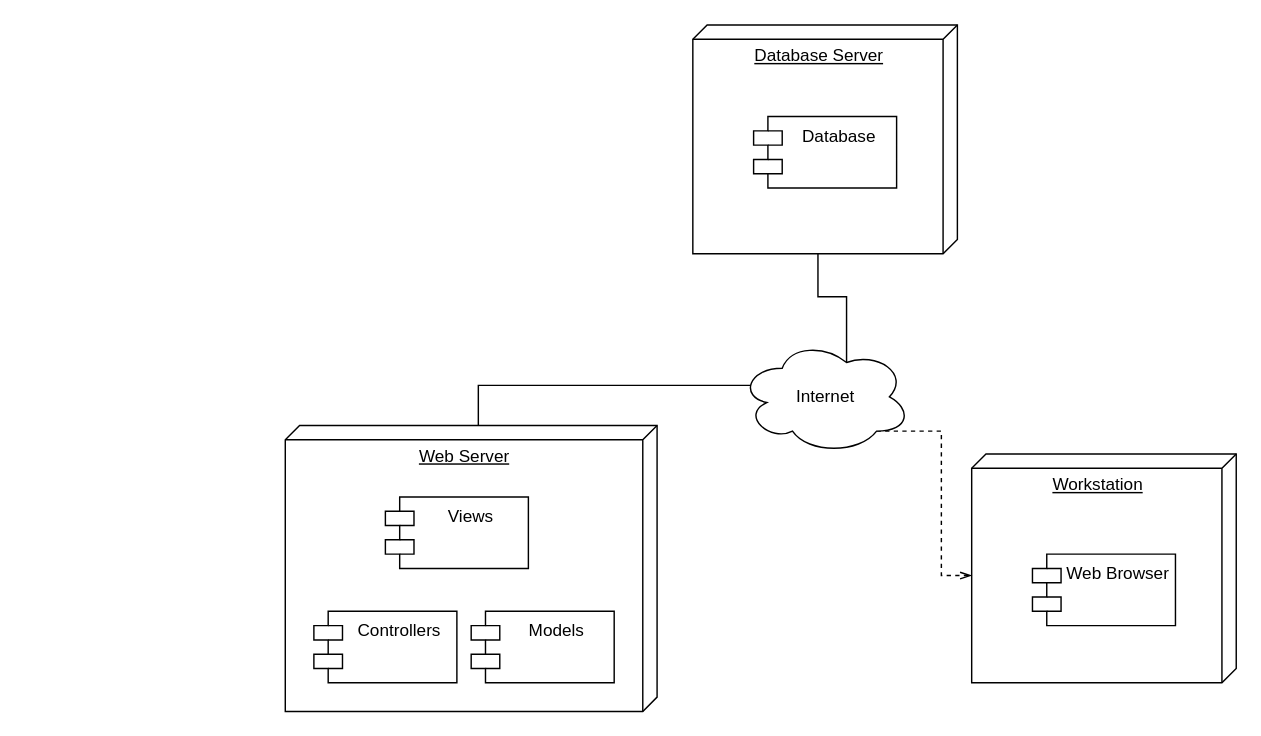
The draw.io diagram diagrams/C1.5_Distribucion.drawio in BanuelosMendezJordi/Analisis_Avanzado_17212330, before the edit. Source tidied: cells renumbered, new cells numbered last; positions are measured from the earlier drawing's top-left corner, leaving out a move shared by most shapes. Both pictures are drawn from the tidied source at 143%, with x=0, y=0 at pixel (285, 24). Pictures stored in the file or linked from it are replaced by grey dashed boxes.
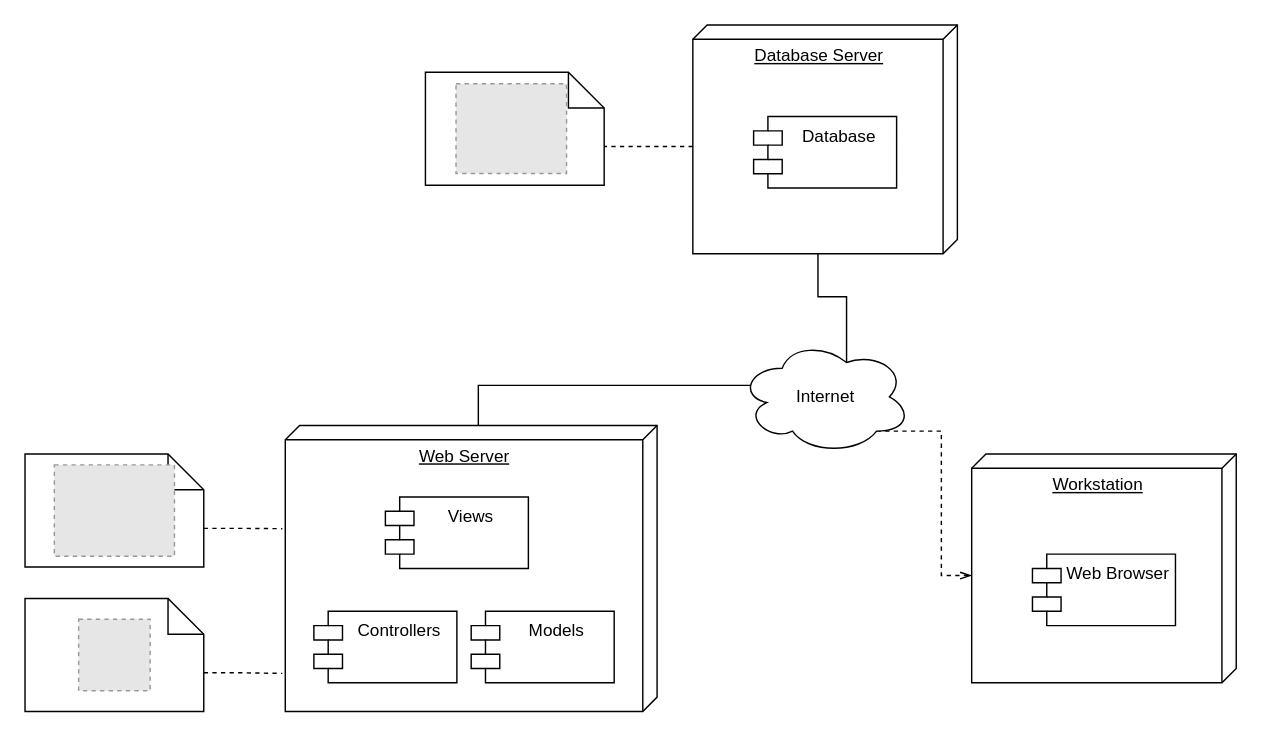
After the change.

Unchanged cells that the change refers to:
```xml
<mxCell id="4" value="Web Server" style="verticalAlign=top;align=center;spacingTop=8;spacingLeft=2;spacingRight=12;shape=cube;size=10;direction=south;fontStyle=4;html=1;" parent="1" vertex="1">
  <mxGeometry y="280" width="260" height="200" as="geometry" />
</mxCell>
<mxCell id="6" value="Database Server" style="verticalAlign=top;align=center;spacingTop=8;spacingLeft=2;spacingRight=12;shape=cube;size=10;direction=south;fontStyle=4;html=1;" parent="1" vertex="1">
  <mxGeometry x="285" width="185" height="160" as="geometry" />
</mxCell>
```

What changed in the source:
```diff
@@
+    <mxCell id="14" style="edgeStyle=orthogonalEdgeStyle;rounded=0;jettySize=auto;html=1;exitX=0;exitY=0;exitDx=125;exitDy=51.99999999999999;exitPerimeter=0;entryX=0.867;entryY=1.008;entryDx=0;entryDy=0;entryPerimeter=0;dashed=1;endArrow=none;endFill=0;" parent="1" edge="1" source="15" target="4">
+      <mxGeometry relative="1" as="geometry" />
+    </mxCell>
+    <mxCell id="15" style="shape=note2;boundedLbl=1;whiteSpace=wrap;html=1;size=25;verticalAlign=top;align=center;" parent="1" vertex="1">
+      <mxGeometry x="-182" y="401" width="125" height="79" as="geometry" />
+    </mxCell>
+    <mxCell id="16" style="edgeStyle=orthogonalEdgeStyle;rounded=0;jettySize=auto;html=1;exitX=0;exitY=0;exitDx=125;exitDy=51.99999999999999;exitPerimeter=0;entryX=0.361;entryY=1.008;entryDx=0;entryDy=0;entryPerimeter=0;dashed=1;endArrow=none;endFill=0;" parent="1" edge="1" source="17" target="4">
+      <mxGeometry relative="1" as="geometry" />
+    </mxCell>
+    <mxCell id="17" style="shape=note2;boundedLbl=1;whiteSpace=wrap;html=1;size=25;verticalAlign=top;align=center;" parent="1" vertex="1">
+      <mxGeometry x="-182" y="300" width="125" height="79" as="geometry" />
+    </mxCell>
+    <mxCell id="18" style="shape=note2;boundedLbl=1;whiteSpace=wrap;html=1;size=25;verticalAlign=top;align=center;" parent="1" vertex="1">
+      <mxGeometry x="98" y="33" width="125" height="79" as="geometry" />
+    </mxCell>
@@
+    <mxCell id="19" style="edgeStyle=orthogonalEdgeStyle;rounded=0;jettySize=auto;html=1;exitX=0;exitY=0;exitDx=85;exitDy=185;exitPerimeter=0;entryX=0;entryY=0;entryDx=125;entryDy=52;entryPerimeter=0;endArrow=none;endFill=0;dashed=1;" parent="1" edge="1" source="6" target="18">
+      <mxGeometry relative="1" as="geometry" />
+    </mxCell>
@@
+    <mxCell id="20" style="fillColor=#E6E6E6;strokeColor=#999999;dashed=1;verticalLabelPosition=bottom;labelBackgroundColor=#ffffff;verticalAlign=top;" parent="1" vertex="1">
+      <mxGeometry x="119.4" y="41.1" width="77.3" height="62.7" as="geometry" />
+    </mxCell>
+    <mxCell id="21" style="fillColor=#E6E6E6;strokeColor=#999999;dashed=1;verticalLabelPosition=bottom;labelBackgroundColor=#ffffff;verticalAlign=top;" parent="1" vertex="1">
+      <mxGeometry x="-161.5" y="307.6" width="84" height="63.9" as="geometry" />
+    </mxCell>
+    <mxCell id="22" style="fillColor=#E6E6E6;strokeColor=#999999;dashed=1;verticalLabelPosition=bottom;labelBackgroundColor=#ffffff;verticalAlign=top;" parent="1" vertex="1">
+      <mxGeometry x="-144.5" y="415.5" width="50" height="50" as="geometry" />
+    </mxCell>
```
